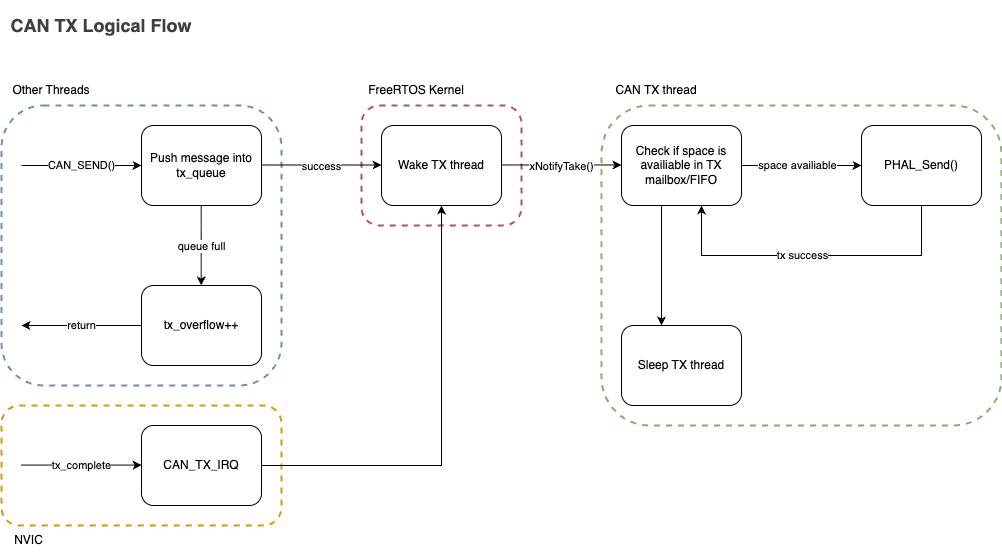
Above: common/can_library/can_tx_logic.drawio.png in PurdueElectricRacing/firmware (draw.io), before the change. Source tidied: cells renumbered, new cells last; positions are measured from the earlier drawing's top-left corner, leaving out a move shared by most shapes.
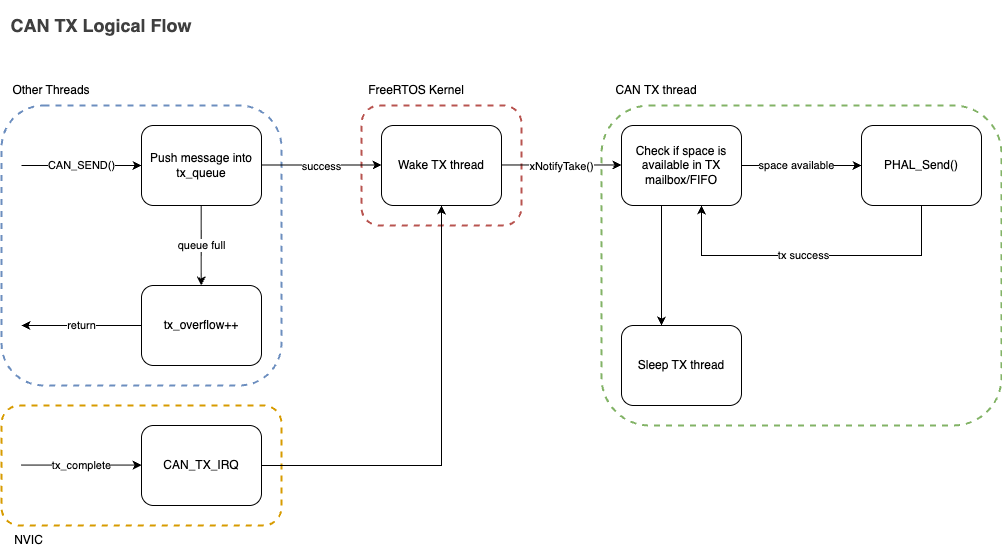
Above is the later version.

The edit, as a diff of the source:
```diff
@@ -87,7 +87,7 @@
     <mxCell id="21" value="Other Threads" style="text;html=1;align=center;verticalAlign=middle;whiteSpace=wrap;rounded=0;" parent="1" vertex="1">
       <mxGeometry y="70" width="100" height="30" as="geometry" />
     </mxCell>
-    <mxCell id="22" value="Check if space is availiable in TX mailbox/FIFO" style="rounded=1;whiteSpace=wrap;html=1;" parent="1" vertex="1">
+    <mxCell id="22" value="Check if space is available in TX mailbox/FIFO" style="rounded=1;whiteSpace=wrap;html=1;" parent="1" vertex="1">
       <mxGeometry x="620" y="120" width="120" height="80" as="geometry" />
     </mxCell>
     <mxCell id="23" style="endArrow=classic;html=1;" parent="1" edge="1">
@@ -96,7 +96,7 @@
         <mxPoint x="860" y="160" as="targetPoint" />
       </mxGeometry>
     </mxCell>
-    <mxCell id="24" value="space availiable" style="edgeLabel;html=1;align=center;verticalAlign=middle;" parent="23" vertex="1">
+    <mxCell id="24" value="space available" style="edgeLabel;html=1;align=center;verticalAlign=middle;" parent="23" vertex="1">
       <mxGeometry x="-0.08" y="-2" relative="1" as="geometry">
         <mxPoint y="-2" as="offset" />
       </mxGeometry>
```
